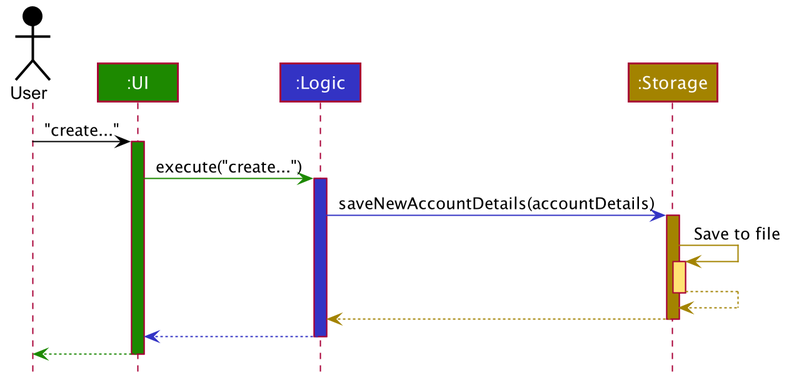
This is docs/images/CreateAccountSequenceDiagram.png from wang-jun-hao/tp, a PlantUML export, as it was before one commit.
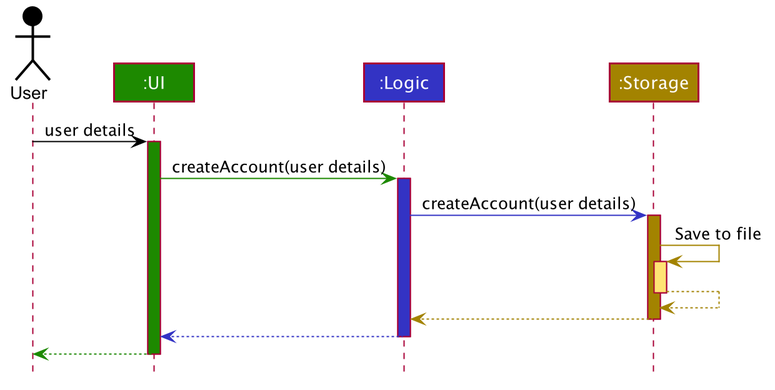
The same diagram one commit later.

Commit message:
Update DG with login and account creation details

Change to the diagram source:
```diff
@@ -53,13 +53,13 @@
 Participant ":Logic" as logic #3333C4
 Participant ":Storage" as storage #A38300
 
-user -[#000000]> ui : "create..."
+user -[#000000]> ui : user details
 activate ui #1D8900
 
-ui -[#1D8900]> logic : execute("create...")
+ui -[#1D8900]> logic : createAccount(user details)
 activate logic #3333C4
 
-logic -[#3333C4]> storage : saveNewAccountDetails(accountDetails)
+logic -[#3333C4]> storage : createAccount(user details)
 activate storage #A38300
 
 storage -[#A38300]> storage : Save to file
```
